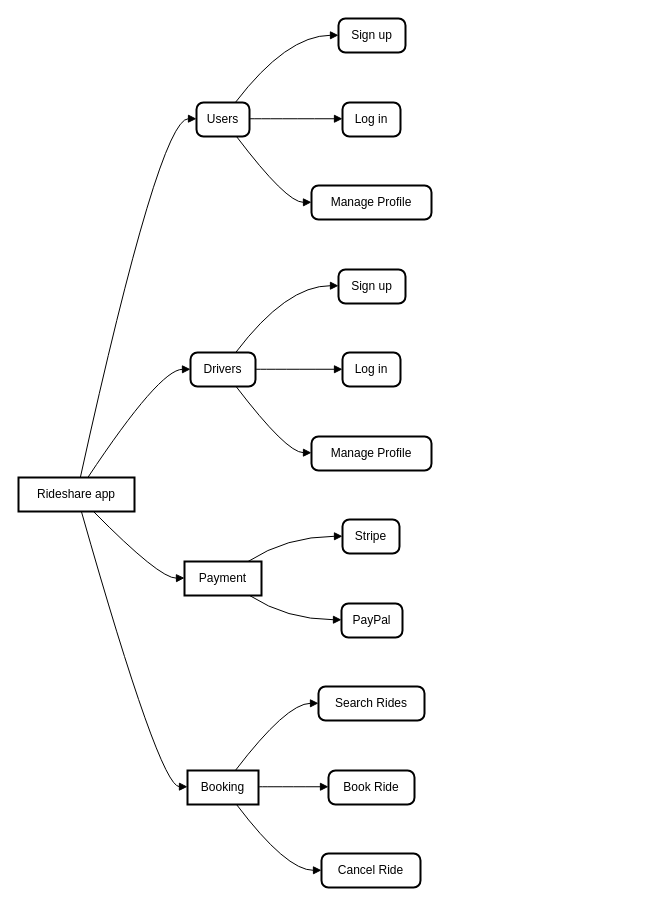
Earlier version of the draw.io diagram Untitled Diagram.drawio (webmedia1012/PewChat). Source tidied: cells renumbered, new cells numbered last; positions are measured from the earlier drawing's top-left corner, leaving out a move shared by most shapes. Both pictures are drawn from the tidied source at 100%, with x=0, y=0 at pixel (18, 18).
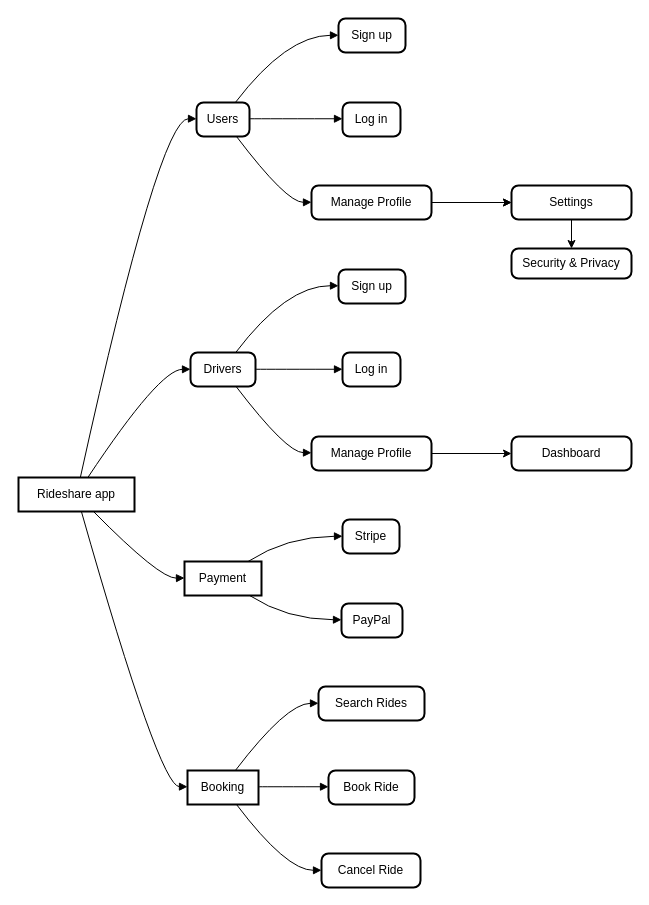
The same page after the edit.

Unchanged cells that the change refers to:
```xml
<mxCell id="9" value="Manage Profile" style="rounded=1;absoluteArcSize=1;arcSize=14;whiteSpace=wrap;strokeWidth=2;" parent="1" vertex="1">
  <mxGeometry x="293" y="167" width="120" height="34" as="geometry" />
</mxCell>
<mxCell id="12" value="Manage Profile" style="rounded=1;absoluteArcSize=1;arcSize=14;whiteSpace=wrap;strokeWidth=2;" parent="1" vertex="1">
  <mxGeometry x="293" y="418" width="120" height="34" as="geometry" />
</mxCell>
```

Diff of the diagram source:
```diff
@@
+    <mxCell id="33" style="edgeStyle=orthogonalEdgeStyle;rounded=0;jettySize=auto;html=1;" parent="1" edge="1" source="9" target="37">
+      <mxGeometry relative="1" as="geometry" />
+    </mxCell>
+    <mxCell id="34" style="edgeStyle=orthogonalEdgeStyle;rounded=0;jettySize=auto;html=1;" parent="1" edge="1" source="9" target="37">
+      <mxGeometry relative="1" as="geometry" />
+    </mxCell>
@@
+    <mxCell id="35" style="edgeStyle=orthogonalEdgeStyle;rounded=0;jettySize=auto;html=1;" parent="1" edge="1" source="12" target="39">
+      <mxGeometry relative="1" as="geometry" />
+    </mxCell>
@@
+    <mxCell id="36" style="edgeStyle=orthogonalEdgeStyle;rounded=0;jettySize=auto;html=1;" parent="1" edge="1" source="37" target="38">
+      <mxGeometry relative="1" as="geometry" />
+    </mxCell>
+    <mxCell id="37" value="Settings" style="rounded=1;absoluteArcSize=1;arcSize=14;whiteSpace=wrap;strokeWidth=2;" parent="1" vertex="1">
+      <mxGeometry x="493" y="167" width="120" height="34" as="geometry" />
+    </mxCell>
+    <mxCell id="38" value="Security &amp; Privacy" style="rounded=1;absoluteArcSize=1;arcSize=14;whiteSpace=wrap;strokeWidth=2;" parent="1" vertex="1">
+      <mxGeometry x="493" y="230" width="120" height="30" as="geometry" />
+    </mxCell>
+    <mxCell id="39" value="Dashboard" style="rounded=1;absoluteArcSize=1;arcSize=14;whiteSpace=wrap;strokeWidth=2;" parent="1" vertex="1">
+      <mxGeometry x="493" y="418" width="120" height="34" as="geometry" />
+    </mxCell>
```
